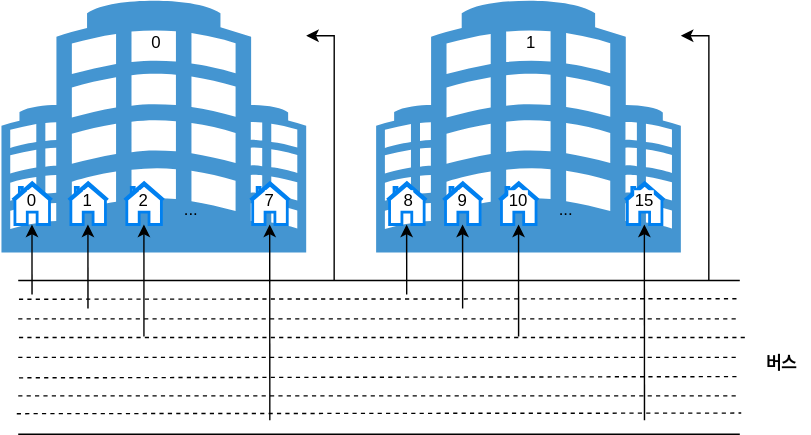
cs-study-org/cs-study keeps this draw.io diagram as 03/yongki/assets/memory64.drawio.svg. Above is the earlier version. Source tidied: cells renumbered, new cells last; positions are measured from the earlier drawing's top-left corner, leaving out a move shared by most shapes.
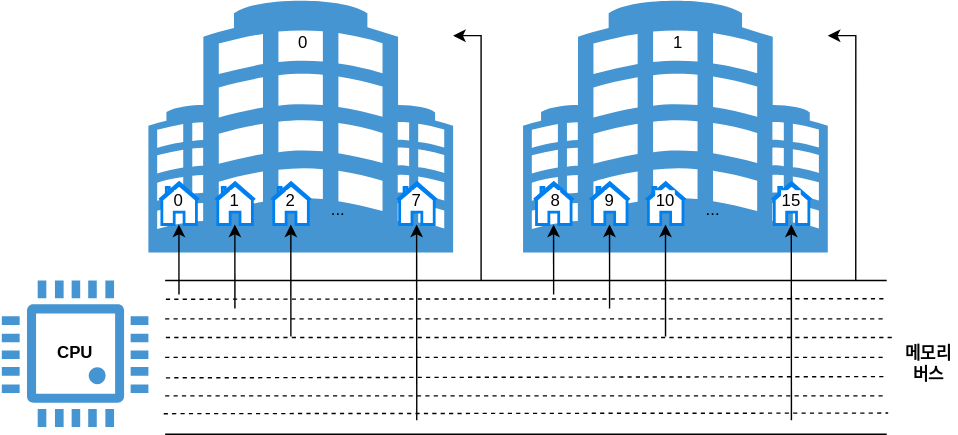
After the commit.

Commit message:
:bento: Add memory bus asset

What changed in the source:
```diff
@@ -8,9 +8,6 @@
     <mxCell id="3" style="shape=partialRectangle;whiteSpace=wrap;html=1;left=0;right=0;fillColor=none;" parent="1" vertex="1">
       <mxGeometry x="12.1" y="200" width="515.9" height="110" as="geometry" />
     </mxCell>
-    <mxCell id="4" value="&lt;b&gt;버스&lt;/b&gt;" style="text;html=1;strokeColor=none;fillColor=none;align=center;verticalAlign=middle;whiteSpace=wrap;rounded=0;" parent="1" vertex="1">
-      <mxGeometry x="538" y="250" width="40" height="20" as="geometry" />
-    </mxCell>
     <mxCell id="5" style="endArrow=classic;html=1;" parent="1" edge="1">
       <mxGeometry relative="1" as="geometry">
         <mxPoint x="22" y="210" as="sourcePoint" />
@@ -163,5 +160,14 @@
         </Array>
       </mxGeometry>
     </mxCell>
+    <mxCell id="43" style="shadow=0;dashed=0;html=1;strokeColor=none;fillColor=#4495D1;labelPosition=center;verticalLabelPosition=bottom;verticalAlign=top;align=center;shape=mxgraph.veeam.cpu;" parent="1" vertex="1">
+      <mxGeometry x="-104.7" y="200" width="104.8" height="104.8" as="geometry" />
+    </mxCell>
+    <mxCell id="44" value="&lt;b&gt;CPU&lt;/b&gt;" style="text;html=1;strokeColor=none;fillColor=none;align=center;verticalAlign=middle;whiteSpace=wrap;rounded=0;" parent="1" vertex="1">
+      <mxGeometry x="-72.3" y="242.4" width="40" height="20" as="geometry" />
+    </mxCell>
+    <mxCell id="45" value="&lt;b&gt;메모리&lt;br&gt;버스&lt;/b&gt;" style="text;html=1;strokeColor=none;fillColor=none;align=center;verticalAlign=middle;whiteSpace=wrap;rounded=0;" parent="1" vertex="1">
+      <mxGeometry x="538" y="250" width="40" height="20" as="geometry" />
+    </mxCell>
   </root>
 </mxGraphModel>
```
